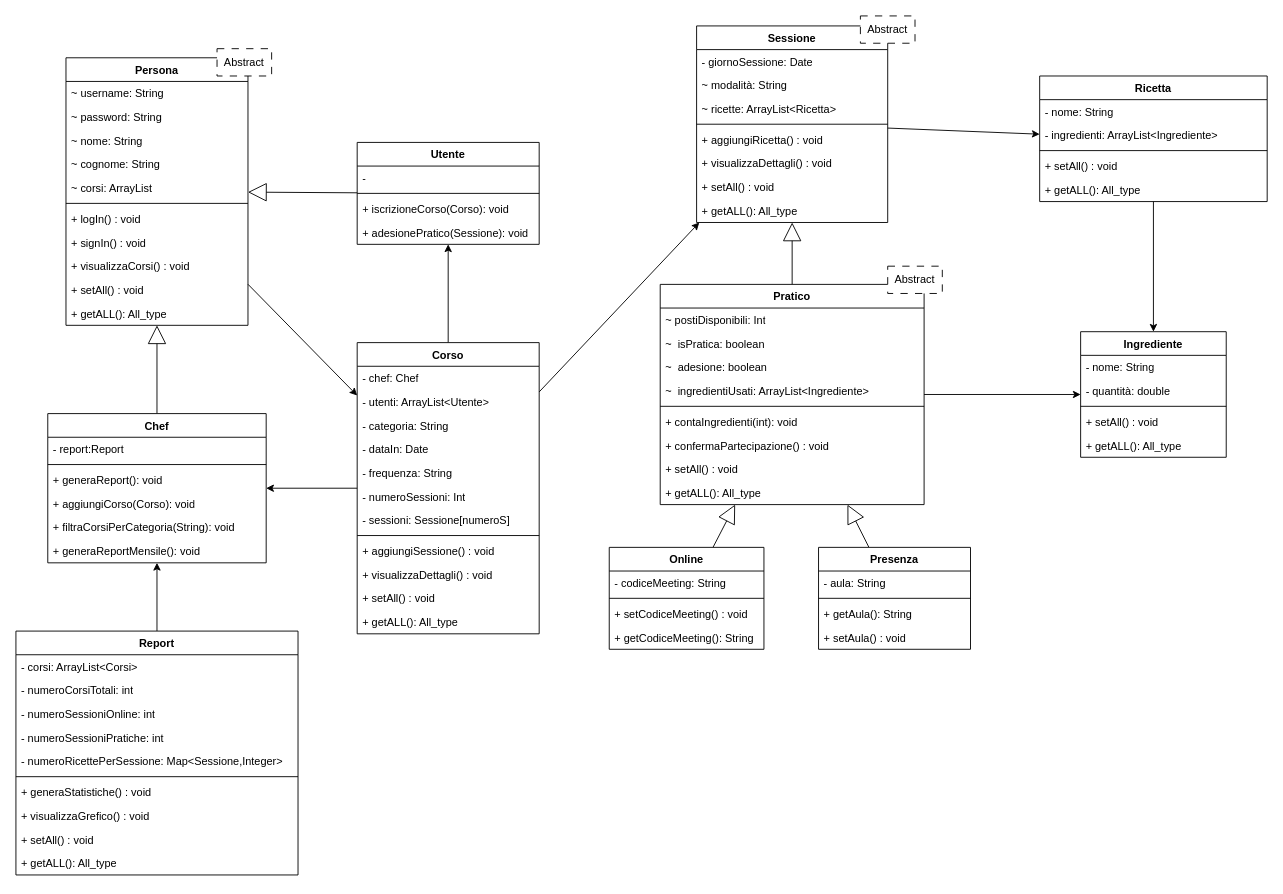
This is obj/uml/UML1.drawio from MetisWastaken/UninaFoodLab, a draw.io file, before an edit. Source tidied: cells renumbered, new cells numbered last; positions are measured from the earlier drawing's top-left corner, leaving out a move shared by most shapes. Both pictures are drawn from the tidied source at 91%, with x=0, y=0 at pixel (15, 15).
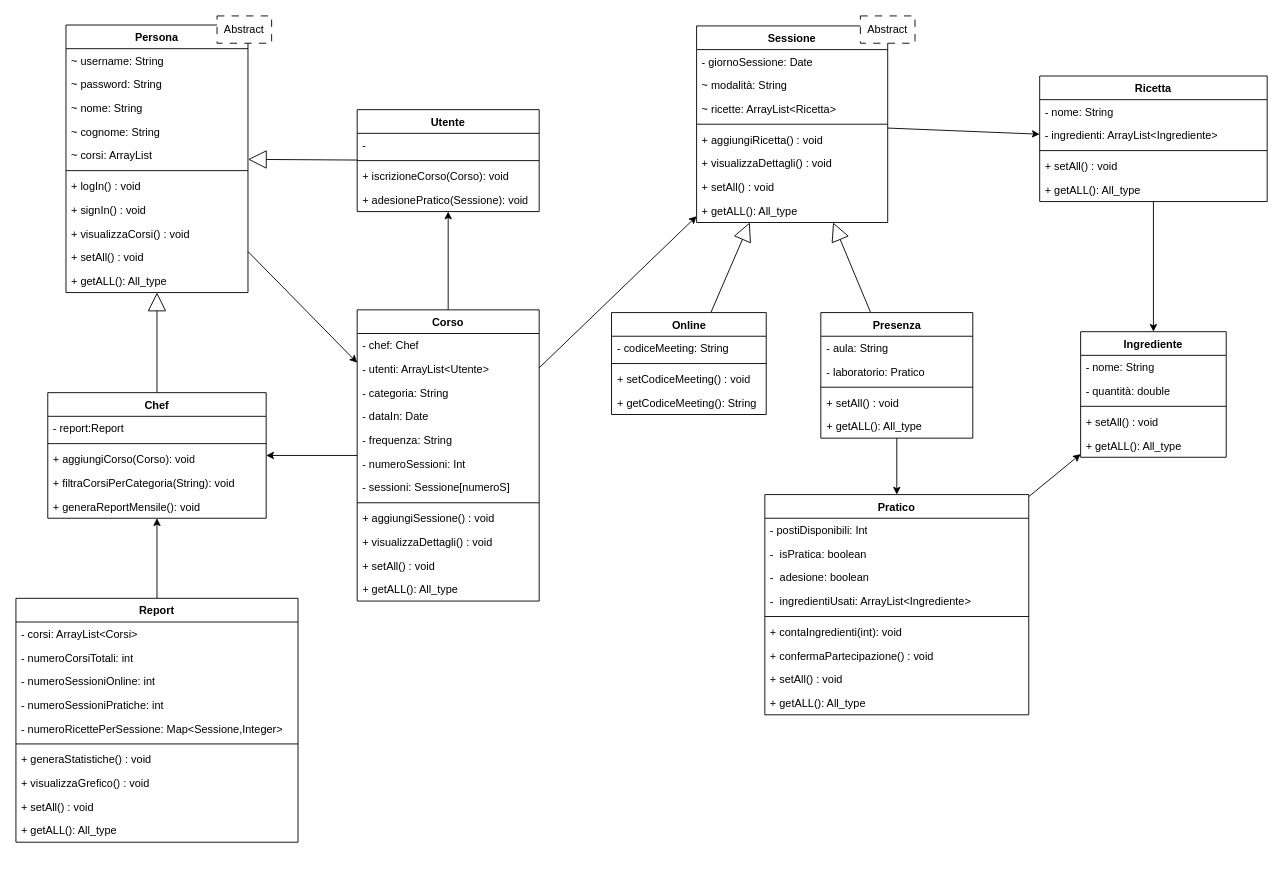
Above is the later version.

Unchanged cells that the change refers to:
```xml
<mxCell id="46" value="Sessione" style="swimlane;align=center;verticalAlign=top;horizontal=1;startSize=26;whiteSpace=wrap;html=1;" parent="1" vertex="1">
  <mxGeometry x="748" y="11" width="210" height="216" as="geometry" />
</mxCell>
```

What changed in the source:
```diff
@@
     <mxCell id="5" value="Corso" style="swimlane;align=center;verticalAlign=top;horizontal=1;startSize=26;whiteSpace=wrap;html=1;" parent="1" vertex="1">
-      <mxGeometry x="375" y="359" width="200" height="320" as="geometry" />
+      <mxGeometry x="375" y="323" width="200" height="320" as="geometry" />
     </mxCell>
@@
     <mxCell id="19" value="Persona" style="swimlane;align=center;verticalAlign=top;horizontal=1;startSize=26;whiteSpace=wrap;html=1;" parent="1" vertex="1">
-      <mxGeometry x="55" y="46" width="200" height="294" as="geometry" />
+      <mxGeometry x="55" y="10" width="200" height="294" as="geometry" />
     </mxCell>
@@
     <mxCell id="32" value="Chef" style="swimlane;align=center;verticalAlign=top;horizontal=1;startSize=26;whiteSpace=wrap;html=1;" parent="1" vertex="1">
-      <mxGeometry x="35" y="437" width="240" height="164" as="geometry" />
+      <mxGeometry x="35" y="414" width="240" height="138" as="geometry" />
     </mxCell>
@@
-    <mxCell id="35" value="+ generaReport(): void" style="text;strokeColor=none;fillColor=none;align=left;verticalAlign=top;spacingLeft=4;spacingRight=4;overflow=hidden;whiteSpace=wrap;html=1;" parent="32" vertex="1">
-      <mxGeometry y="60" width="240" height="26" as="geometry" />
-    </mxCell>
     <mxCell id="36" value="+ aggiungiCorso(Corso): void" style="text;strokeColor=none;fillColor=none;align=left;verticalAlign=top;spacingLeft=4;spacingRight=4;overflow=hidden;whiteSpace=wrap;html=1;" parent="32" vertex="1">
-      <mxGeometry y="86" width="240" height="26" as="geometry" />
+      <mxGeometry y="60" width="240" height="26" as="geometry" />
     </mxCell>
     <mxCell id="37" value="+ filtraCorsiPerCategoria(String): void" style="text;strokeColor=none;fillColor=none;align=left;verticalAlign=top;spacingLeft=4;spacingRight=4;overflow=hidden;whiteSpace=wrap;html=1;" parent="32" vertex="1">
-      <mxGeometry y="112" width="240" height="26" as="geometry" />
+      <mxGeometry y="86" width="240" height="26" as="geometry" />
     </mxCell>
     <mxCell id="38" value="+ generaReportMensile(): void" style="text;strokeColor=none;fillColor=none;align=left;verticalAlign=top;spacingLeft=4;spacingRight=4;overflow=hidden;whiteSpace=wrap;html=1;" parent="32" vertex="1">
-      <mxGeometry y="138" width="240" height="26" as="geometry" />
+      <mxGeometry y="112" width="240" height="26" as="geometry" />
     </mxCell>
@@
     <mxCell id="40" value="Utente" style="swimlane;align=center;verticalAlign=top;horizontal=1;startSize=26;whiteSpace=wrap;html=1;" parent="1" vertex="1">
-      <mxGeometry x="375" y="139" width="200" height="112" as="geometry" />
+      <mxGeometry x="375" y="103" width="200" height="112" as="geometry" />
     </mxCell>
@@
-    <mxCell id="55" style="edgeStyle=none;shape=connector;rounded=0;jettySize=auto;html=1;strokeColor=default;strokeWidth=1;align=center;verticalAlign=middle;endArrow=block;endFill=0;endSize=18;" parent="1" edge="1" source="56" target="77">
+    <mxCell id="55" style="edgeStyle=none;shape=connector;rounded=0;jettySize=auto;html=1;strokeColor=default;strokeWidth=1;align=center;verticalAlign=middle;endArrow=block;endFill=0;endSize=18;" parent="1" edge="1" source="56" target="46">
       <mxGeometry relative="1" as="geometry" />
     </mxCell>
     <mxCell id="56" value="Online" style="swimlane;align=center;verticalAlign=top;horizontal=1;startSize=26;whiteSpace=wrap;html=1;" parent="1" vertex="1">
-      <mxGeometry x="652" y="584" width="170" height="112" as="geometry" />
+      <mxGeometry x="654.5" y="326" width="170" height="112" as="geometry" />
     </mxCell>
@@
-    <mxCell id="67" style="edgeStyle=none;shape=connector;rounded=0;jettySize=auto;html=1;strokeColor=default;strokeWidth=1;align=center;verticalAlign=middle;endArrow=block;endFill=0;endSize=18;" parent="1" edge="1" source="68" target="77">
+    <mxCell id="67" style="edgeStyle=none;shape=connector;rounded=0;jettySize=auto;html=1;strokeColor=default;strokeWidth=1;align=center;verticalAlign=middle;endArrow=block;endFill=0;endSize=18;" parent="1" edge="1" source="68" target="46">
       <mxGeometry relative="1" as="geometry" />
     </mxCell>
+    <mxCell id="107" style="edgeStyle=orthogonalEdgeStyle;rounded=0;jettySize=auto;html=1;" parent="1" edge="1" source="68" target="77">
+      <mxGeometry relative="1" as="geometry" />
+    </mxCell>
     <mxCell id="68" value="Presenza" style="swimlane;align=center;verticalAlign=top;horizontal=1;startSize=26;whiteSpace=wrap;html=1;" parent="1" vertex="1">
-      <mxGeometry x="882" y="584" width="167" height="112" as="geometry" />
+      <mxGeometry x="884.5" y="326" width="167" height="138" as="geometry" />
     </mxCell>
@@
+    <mxCell id="108" value="- laboratorio: Pratico" style="text;strokeColor=none;fillColor=none;align=left;verticalAlign=top;spacingLeft=4;spacingRight=4;overflow=hidden;whiteSpace=wrap;html=1;" parent="68" vertex="1">
+      <mxGeometry y="52" width="167" height="26" as="geometry" />
+    </mxCell>
     <mxCell id="70" style="line;strokeWidth=1;fillColor=none;align=left;verticalAlign=middle;spacingTop=-1;spacingLeft=3;spacingRight=3;labelPosition=right;strokeColor=inherit;" parent="68" vertex="1">
-      <mxGeometry y="52" width="167" height="8" as="geometry" />
+      <mxGeometry y="78" width="167" height="8" as="geometry" />
     </mxCell>
-    <mxCell id="71" value="+ getAula(): String" style="text;strokeColor=none;fillColor=none;align=left;verticalAlign=top;spacingLeft=4;spacingRight=4;overflow=hidden;whiteSpace=wrap;html=1;" parent="68" vertex="1">
-      <mxGeometry y="60" width="167" height="26" as="geometry" />
-    </mxCell>
-    <mxCell id="72" value="+ setAula() : void" style="text;strokeColor=none;fillColor=none;align=left;verticalAlign=top;spacingLeft=4;spacingRight=4;overflow=hidden;whiteSpace=wrap;html=1;" parent="68" vertex="1">
-      <mxGeometry y="86" width="167" height="26" as="geometry" />
-    </mxCell>
+    <mxCell id="109" value="+ setAll() : void" style="text;strokeColor=none;fillColor=none;align=left;verticalAlign=top;spacingLeft=4;spacingRight=4;overflow=hidden;whiteSpace=wrap;html=1;" parent="68" vertex="1">
+      <mxGeometry y="86" width="167" height="26" as="geometry" />
+    </mxCell>
+    <mxCell id="110" value="+ getALL(): All_type" style="text;strokeColor=none;fillColor=none;align=left;verticalAlign=top;spacingLeft=4;spacingRight=4;overflow=hidden;whiteSpace=wrap;html=1;" parent="68" vertex="1">
+      <mxGeometry y="112" width="167" height="26" as="geometry" />
+    </mxCell>
     <mxCell id="73" value="Abstract" style="text;html=1;align=center;verticalAlign=middle;whiteSpace=wrap;rounded=0;strokeColor=default;dashed=1;dashPattern=8 8;fillColor=default;" parent="1" vertex="1">
-      <mxGeometry x="221" y="36" width="60" height="30" as="geometry" />
+      <mxGeometry x="221" width="60" height="30" as="geometry" />
     </mxCell>
@@
-    <mxCell id="76" style="edgeStyle=none;shape=connector;rounded=0;jettySize=auto;html=1;strokeColor=default;strokeWidth=1;align=center;verticalAlign=middle;endArrow=block;endFill=0;endSize=18;" parent="1" edge="1" source="77" target="46">
-      <mxGeometry relative="1" as="geometry" />
-    </mxCell>
     <mxCell id="77" value="Pratico" style="swimlane;align=center;verticalAlign=top;horizontal=1;startSize=26;whiteSpace=wrap;html=1;" parent="1" vertex="1">
-      <mxGeometry x="708" y="295" width="290" height="242" as="geometry" />
+      <mxGeometry x="823" y="526" width="290" height="242" as="geometry" />
     </mxCell>
-    <mxCell id="78" value="~ postiDisponibili: Int" style="text;strokeColor=none;fillColor=none;align=left;verticalAlign=top;spacingLeft=4;spacingRight=4;overflow=hidden;whiteSpace=wrap;html=1;" parent="77" vertex="1">
+    <mxCell id="78" value="- postiDisponibili: Int" style="text;strokeColor=none;fillColor=none;align=left;verticalAlign=top;spacingLeft=4;spacingRight=4;overflow=hidden;whiteSpace=wrap;html=1;" parent="77" vertex="1">
       <mxGeometry y="26" width="290" height="26" as="geometry" />
     </mxCell>
-    <mxCell id="79" value="~  isPratica: boolean" style="text;strokeColor=none;fillColor=none;align=left;verticalAlign=top;spacingLeft=4;spacingRight=4;overflow=hidden;whiteSpace=wrap;html=1;" parent="77" vertex="1">
+    <mxCell id="79" value="-&amp;nbsp; isPratica: boolean" style="text;strokeColor=none;fillColor=none;align=left;verticalAlign=top;spacingLeft=4;spacingRight=4;overflow=hidden;whiteSpace=wrap;html=1;" parent="77" vertex="1">
       <mxGeometry y="52" width="290" height="26" as="geometry" />
     </mxCell>
-    <mxCell id="80" value="~  adesione: boolean" style="text;strokeColor=none;fillColor=none;align=left;verticalAlign=top;spacingLeft=4;spacingRight=4;overflow=hidden;whiteSpace=wrap;html=1;" parent="77" vertex="1">
+    <mxCell id="80" value="-&amp;nbsp; adesione: boolean" style="text;strokeColor=none;fillColor=none;align=left;verticalAlign=top;spacingLeft=4;spacingRight=4;overflow=hidden;whiteSpace=wrap;html=1;" parent="77" vertex="1">
       <mxGeometry y="78" width="290" height="26" as="geometry" />
     </mxCell>
-    <mxCell id="81" value="~&amp;nbsp;&amp;nbsp;ingredientiUsati: ArrayList&amp;lt;Ingrediente&amp;gt;" style="text;strokeColor=none;fillColor=none;align=left;verticalAlign=top;spacingLeft=4;spacingRight=4;overflow=hidden;whiteSpace=wrap;html=1;" parent="77" vertex="1">
+    <mxCell id="81" value="-&amp;nbsp; ingredientiUsati: ArrayList&amp;lt;Ingrediente&amp;gt;" style="text;strokeColor=none;fillColor=none;align=left;verticalAlign=top;spacingLeft=4;spacingRight=4;overflow=hidden;whiteSpace=wrap;html=1;" parent="77" vertex="1">
       <mxGeometry y="104" width="290" height="26" as="geometry" />
     </mxCell>
@@
-    <mxCell id="87" value="Abstract" style="text;html=1;align=center;verticalAlign=middle;whiteSpace=wrap;rounded=0;strokeColor=default;dashed=1;dashPattern=8 8;fillColor=default;" parent="1" vertex="1">
-      <mxGeometry x="958" y="275" width="60" height="30" as="geometry" />
-    </mxCell>
@@
     <mxCell id="89" value="Report" style="swimlane;align=center;verticalAlign=top;horizontal=1;startSize=26;whiteSpace=wrap;html=1;" parent="1" vertex="1">
-      <mxGeometry y="676" width="310" height="268" as="geometry" />
+      <mxGeometry y="640" width="310" height="268" as="geometry" />
     </mxCell>
```
